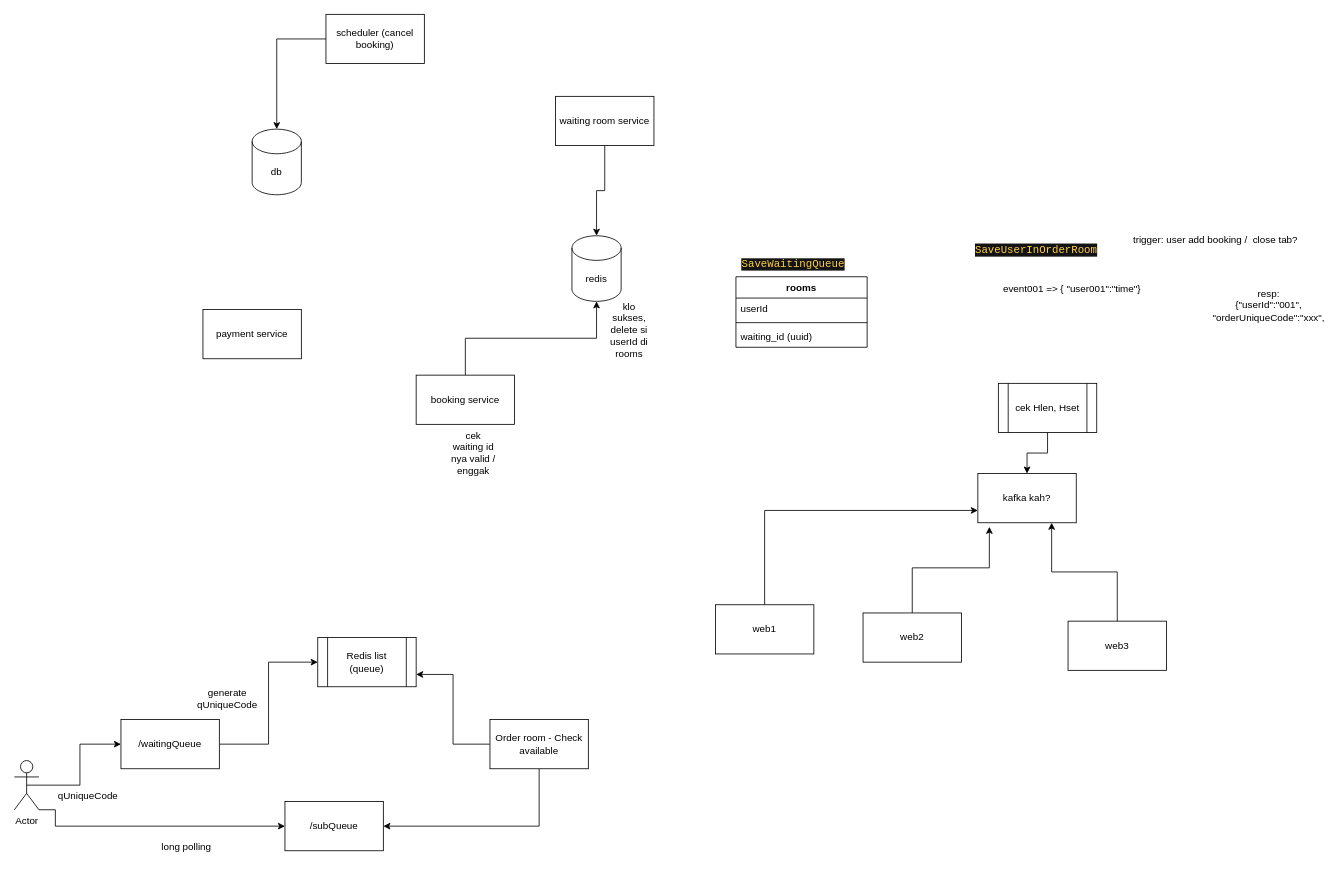
Before: page "Page-1" (1 of 2) of Flow Diagram.drawio in vincentandreas/ticket-expert, a draw.io diagram. Source tidied: cells renumbered, new cells numbered last; positions are measured from the earlier drawing's top-left corner, leaving out a move shared by most shapes. Both pictures are drawn from the tidied source at 82%, with x=0, y=0 at pixel (14, 14).
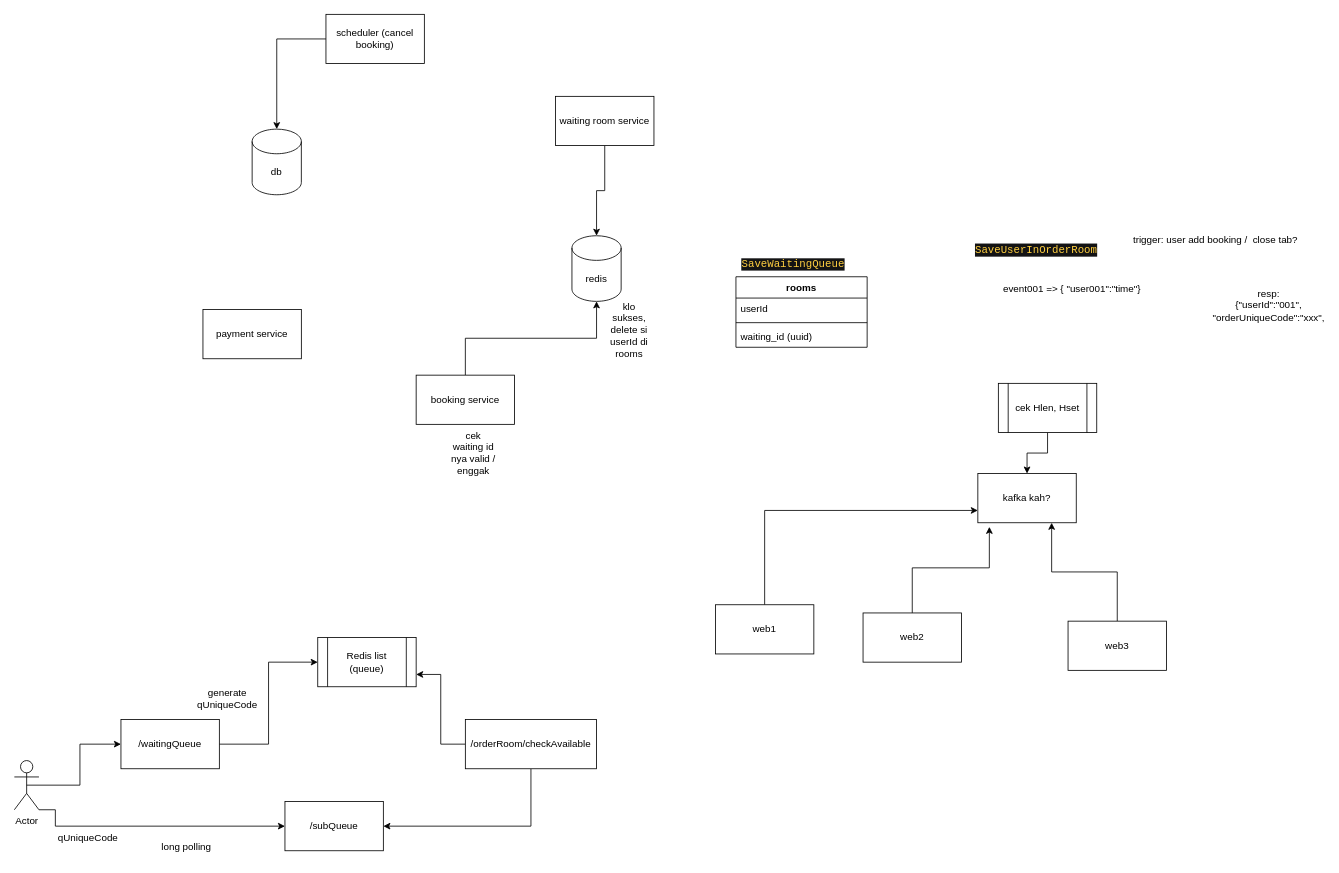
The same page after the edit.

What changed in the source:
```diff
@@
-    <mxCell id="36" value="Order room - Check available" style="rounded=0;whiteSpace=wrap;html=1;" parent="1" vertex="1">
-      <mxGeometry x="580" y="860" width="120" height="60" as="geometry" />
+    <mxCell id="36" value="/orderRoom/checkAvailable" style="rounded=0;whiteSpace=wrap;html=1;" parent="1" vertex="1">
+      <mxGeometry x="550" y="860" width="160" height="60" as="geometry" />
     </mxCell>
@@
     <mxCell id="42" value="qUniqueCode" style="text;html=1;strokeColor=none;fillColor=none;align=center;verticalAlign=middle;whiteSpace=wrap;rounded=0;" parent="1" vertex="1">
-      <mxGeometry x="60" y="938" width="60" height="30" as="geometry" />
+      <mxGeometry x="60" y="990" width="60" height="30" as="geometry" />
     </mxCell>
```
